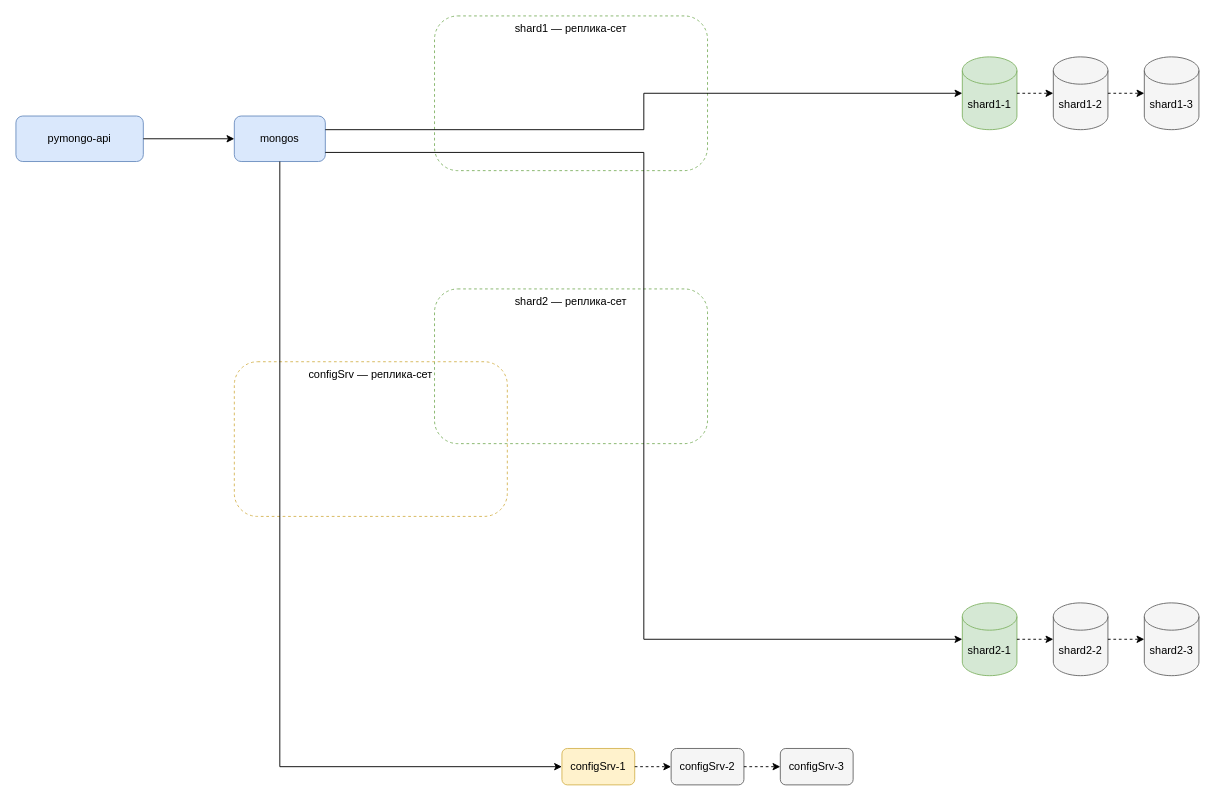
Before: task1/2.drawio in sgzachesov/architecture-black_friday, a draw.io diagram. Source tidied: cells renumbered, new cells numbered last; positions are measured from the earlier drawing's top-left corner, leaving out a move shared by most shapes. Both pictures are drawn from the tidied source at 91%, with x=0, y=0 at pixel (15, 15).
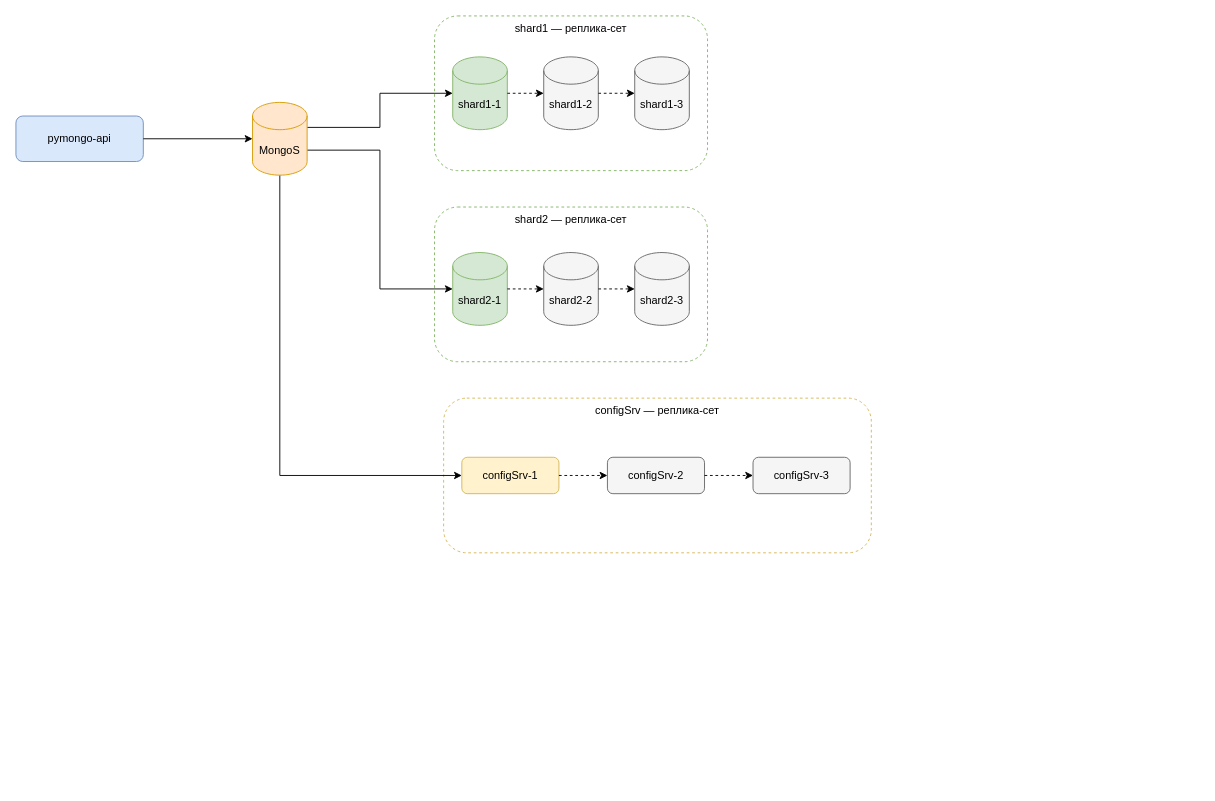
The same page after the edit.

The change refers to these unchanged cells:
```xml
<mxCell id="2" value="pymongo-api" style="rounded=1;whiteSpace=wrap;html=1;fillColor=#dae8fc;strokeColor=#6c8ebf;" parent="1" vertex="1">
  <mxGeometry y="110" width="140" height="50" as="geometry" />
</mxCell>
<mxCell id="4" value="shard1 — реплика-сет" style="rounded=1;whiteSpace=wrap;html=1;dashed=1;verticalAlign=top;fillColor=none;strokeColor=#82b366;" parent="1" vertex="1">
  <mxGeometry x="460" width="300" height="170" as="geometry" />
</mxCell>
```

Diff of the diagram source:
```diff
@@
-    <mxCell id="3" value="mongos" style="rounded=1;whiteSpace=wrap;html=1;fillColor=#dae8fc;strokeColor=#6c8ebf;" parent="1" vertex="1">
-      <mxGeometry x="240" y="110" width="100" height="50" as="geometry" />
-    </mxCell>
@@
     <mxCell id="5" value="shard1-1" style="shape=cylinder3;whiteSpace=wrap;html=1;boundedLbl=1;backgroundOutline=1;size=15;fillColor=#d5e8d4;strokeColor=#82b366;" parent="4" vertex="1">
-      <mxGeometry x="580" y="45" width="60" height="80" as="geometry" />
+      <mxGeometry x="20" y="45" width="60" height="80" as="geometry" />
     </mxCell>
     <mxCell id="6" value="shard1-2" style="shape=cylinder3;whiteSpace=wrap;html=1;boundedLbl=1;backgroundOutline=1;size=15;fillColor=#f5f5f5;strokeColor=#666666;" parent="4" vertex="1">
-      <mxGeometry x="680" y="45" width="60" height="80" as="geometry" />
+      <mxGeometry x="120" y="45" width="60" height="80" as="geometry" />
     </mxCell>
     <mxCell id="7" value="shard1-3" style="shape=cylinder3;whiteSpace=wrap;html=1;boundedLbl=1;backgroundOutline=1;size=15;fillColor=#f5f5f5;strokeColor=#666666;" parent="4" vertex="1">
-      <mxGeometry x="780" y="45" width="60" height="80" as="geometry" />
+      <mxGeometry x="220" y="45" width="60" height="80" as="geometry" />
     </mxCell>
+    <mxCell id="20" style="edgeStyle=orthogonalEdgeStyle;rounded=0;jettySize=auto;html=1;dashed=1;exitX=1;exitY=0.5;exitDx=0;exitDy=0;entryX=0;entryY=0.5;entryDx=0;entryDy=0;entryPerimeter=0;" parent="4" edge="1" source="5" target="6">
+      <mxGeometry relative="1" as="geometry" />
+    </mxCell>
+    <mxCell id="21" style="edgeStyle=orthogonalEdgeStyle;rounded=0;jettySize=auto;html=1;dashed=1;exitX=1;exitY=0.5;exitDx=0;exitDy=0;entryX=0;entryY=0.5;entryDx=0;entryDy=0;entryPerimeter=0;" parent="4" edge="1" source="6" target="7">
+      <mxGeometry relative="1" as="geometry" />
+    </mxCell>
     <mxCell id="8" value="shard2 — реплика-сет" style="rounded=1;whiteSpace=wrap;html=1;dashed=1;verticalAlign=top;fillColor=none;strokeColor=#82b366;" parent="1" vertex="1">
-      <mxGeometry x="460" y="300" width="300" height="170" as="geometry" />
+      <mxGeometry x="460" y="210" width="300" height="170" as="geometry" />
     </mxCell>
-    <mxCell id="9" value="shard2-1" style="shape=cylinder3;whiteSpace=wrap;html=1;boundedLbl=1;backgroundOutline=1;size=15;fillColor=#d5e8d4;strokeColor=#82b366;" parent="8" vertex="1">
-      <mxGeometry x="580" y="345" width="60" height="80" as="geometry" />
-    </mxCell>
-    <mxCell id="10" value="shard2-2" style="shape=cylinder3;whiteSpace=wrap;html=1;boundedLbl=1;backgroundOutline=1;size=15;fillColor=#f5f5f5;strokeColor=#666666;" parent="8" vertex="1">
-      <mxGeometry x="680" y="345" width="60" height="80" as="geometry" />
-    </mxCell>
-    <mxCell id="11" value="shard2-3" style="shape=cylinder3;whiteSpace=wrap;html=1;boundedLbl=1;backgroundOutline=1;size=15;fillColor=#f5f5f5;strokeColor=#666666;" parent="8" vertex="1">
-      <mxGeometry x="780" y="345" width="60" height="80" as="geometry" />
-    </mxCell>
     <mxCell id="12" value="configSrv — реплика-сет" style="rounded=1;whiteSpace=wrap;html=1;dashed=1;verticalAlign=top;fillColor=none;strokeColor=#d6b656;" parent="1" vertex="1">
-      <mxGeometry x="240" y="380" width="300" height="170" as="geometry" />
+      <mxGeometry x="470" y="420" width="470" height="170" as="geometry" />
     </mxCell>
-    <mxCell id="13" value="configSrv-1" style="rounded=1;whiteSpace=wrap;html=1;fillColor=#fff2cc;strokeColor=#d6b656;" parent="12" vertex="1">
-      <mxGeometry x="360" y="425" width="80" height="40" as="geometry" />
-    </mxCell>
-    <mxCell id="14" value="configSrv-2" style="rounded=1;whiteSpace=wrap;html=1;fillColor=#f5f5f5;strokeColor=#666666;" parent="12" vertex="1">
-      <mxGeometry x="480" y="425" width="80" height="40" as="geometry" />
-    </mxCell>
-    <mxCell id="15" value="configSrv-3" style="rounded=1;whiteSpace=wrap;html=1;fillColor=#f5f5f5;strokeColor=#666666;" parent="12" vertex="1">
-      <mxGeometry x="600" y="425" width="80" height="40" as="geometry" />
-    </mxCell>
-    <mxCell id="16" style="edgeStyle=orthogonalEdgeStyle;rounded=0;jettySize=auto;html=1;exitX=1;exitY=0.5;exitDx=0;exitDy=0;entryX=0;entryY=0.5;entryDx=0;entryDy=0;entryPerimeter=0;" parent="1" edge="1" source="2" target="3">
+    <mxCell id="16" style="edgeStyle=orthogonalEdgeStyle;rounded=0;jettySize=auto;html=1;exitX=1;exitY=0.5;exitDx=0;exitDy=0;entryX=0;entryY=0.5;entryDx=0;entryDy=0;entryPerimeter=0;" parent="1" edge="1" source="2" target="26">
       <mxGeometry relative="1" as="geometry" />
     </mxCell>
-    <mxCell id="17" style="edgeStyle=orthogonalEdgeStyle;rounded=0;jettySize=auto;html=1;exitX=1;exitY=0.3;exitDx=0;exitDy=0;entryX=0;entryY=0.5;entryDx=0;entryDy=0;entryPerimeter=0;" parent="1" edge="1" source="3" target="5">
+    <mxCell id="17" style="edgeStyle=orthogonalEdgeStyle;rounded=0;jettySize=auto;html=1;exitX=1;exitY=0;exitDx=0;exitDy=27.5;entryX=0;entryY=0.5;entryDx=0;entryDy=0;entryPerimeter=0;exitPerimeter=0;" parent="1" edge="1" source="26" target="5">
       <mxGeometry relative="1" as="geometry" />
     </mxCell>
-    <mxCell id="18" style="edgeStyle=orthogonalEdgeStyle;rounded=0;jettySize=auto;html=1;exitX=1;exitY=0.8;exitDx=0;exitDy=0;entryX=0;entryY=0.5;entryDx=0;entryDy=0;entryPerimeter=0;" parent="1" edge="1" source="3" target="9">
+    <mxCell id="18" style="edgeStyle=orthogonalEdgeStyle;rounded=0;jettySize=auto;html=1;exitX=1;exitY=0;exitDx=0;exitDy=52.5;entryX=0;entryY=0.5;entryDx=0;entryDy=0;entryPerimeter=0;exitPerimeter=0;" parent="1" edge="1" source="26" target="9">
       <mxGeometry relative="1" as="geometry" />
     </mxCell>
-    <mxCell id="19" style="edgeStyle=orthogonalEdgeStyle;rounded=0;jettySize=auto;html=1;exitX=0.5;exitY=1;exitDx=0;exitDy=0;entryX=0;entryY=0.5;entryDx=0;entryDy=0;entryPerimeter=0;" parent="1" edge="1" source="3" target="13">
-      <mxGeometry relative="1" as="geometry" />
+    <mxCell id="19" style="edgeStyle=orthogonalEdgeStyle;rounded=0;jettySize=auto;html=1;exitX=0.5;exitY=1;exitDx=0;exitDy=0;entryX=0;entryY=0.5;entryDx=0;entryDy=0;entryPerimeter=0;exitPerimeter=0;" parent="1" edge="1" source="26" target="13">
+      <mxGeometry relative="1" as="geometry">
+        <Array as="points">
+          <mxPoint x="290" y="505" />
+        </Array>
+      </mxGeometry>
     </mxCell>
-    <mxCell id="20" style="edgeStyle=orthogonalEdgeStyle;rounded=0;jettySize=auto;html=1;dashed=1;exitX=1;exitY=0.5;exitDx=0;exitDy=0;entryX=0;entryY=0.5;entryDx=0;entryDy=0;entryPerimeter=0;" parent="1" edge="1" source="5" target="6">
-      <mxGeometry relative="1" as="geometry" />
-    </mxCell>
-    <mxCell id="21" style="edgeStyle=orthogonalEdgeStyle;rounded=0;jettySize=auto;html=1;dashed=1;exitX=1;exitY=0.5;exitDx=0;exitDy=0;entryX=0;entryY=0.5;entryDx=0;entryDy=0;entryPerimeter=0;" parent="1" edge="1" source="6" target="7">
-      <mxGeometry relative="1" as="geometry" />
-    </mxCell>
+    <mxCell id="9" value="shard2-1" style="shape=cylinder3;whiteSpace=wrap;html=1;boundedLbl=1;backgroundOutline=1;size=15;fillColor=#d5e8d4;strokeColor=#82b366;" parent="1" vertex="1">
+      <mxGeometry x="480" y="260" width="60" height="80" as="geometry" />
+    </mxCell>
+    <mxCell id="10" value="shard2-2" style="shape=cylinder3;whiteSpace=wrap;html=1;boundedLbl=1;backgroundOutline=1;size=15;fillColor=#f5f5f5;strokeColor=#666666;" parent="1" vertex="1">
+      <mxGeometry x="580" y="260" width="60" height="80" as="geometry" />
+    </mxCell>
+    <mxCell id="11" value="shard2-3" style="shape=cylinder3;whiteSpace=wrap;html=1;boundedLbl=1;backgroundOutline=1;size=15;fillColor=#f5f5f5;strokeColor=#666666;" parent="1" vertex="1">
+      <mxGeometry x="680" y="260" width="60" height="80" as="geometry" />
+    </mxCell>
@@
+    <mxCell id="13" value="configSrv-1" style="rounded=1;whiteSpace=wrap;html=1;fillColor=#fff2cc;strokeColor=#d6b656;" parent="1" vertex="1">
+      <mxGeometry x="490" y="485" width="106.7" height="40" as="geometry" />
+    </mxCell>
+    <mxCell id="14" value="configSrv-2" style="rounded=1;whiteSpace=wrap;html=1;fillColor=#f5f5f5;strokeColor=#666666;" parent="1" vertex="1">
+      <mxGeometry x="650" y="485" width="106.7" height="40" as="geometry" />
+    </mxCell>
+    <mxCell id="15" value="configSrv-3" style="rounded=1;whiteSpace=wrap;html=1;fillColor=#f5f5f5;strokeColor=#666666;" parent="1" vertex="1">
+      <mxGeometry x="810" y="485" width="106.7" height="40" as="geometry" />
+    </mxCell>
@@
+    <mxCell id="26" value="MongoS" style="shape=cylinder3;whiteSpace=wrap;html=1;boundedLbl=1;backgroundOutline=1;size=15;fillColor=#ffe6cc;strokeColor=#d79b00;" parent="1" vertex="1">
+      <mxGeometry x="260" y="95" width="60" height="80" as="geometry" />
+    </mxCell>
```
